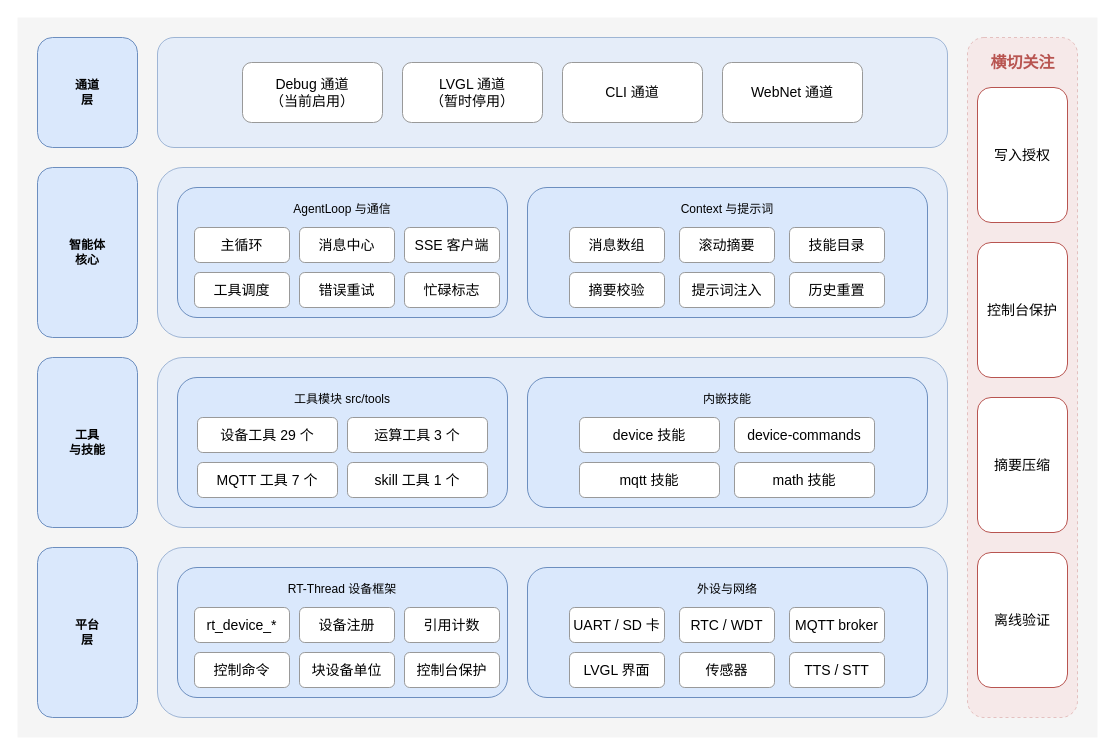
Earlier version of the draw.io diagram docs/diagrams/agent-architecture.drawio (CXSforHPU/Agent). Source tidied: cells renumbered, new cells numbered last; positions are measured from the earlier drawing's top-left corner, leaving out a move shared by most shapes. Both pictures are drawn from the tidied source at 100%, with x=0, y=0 at pixel (17, 17).
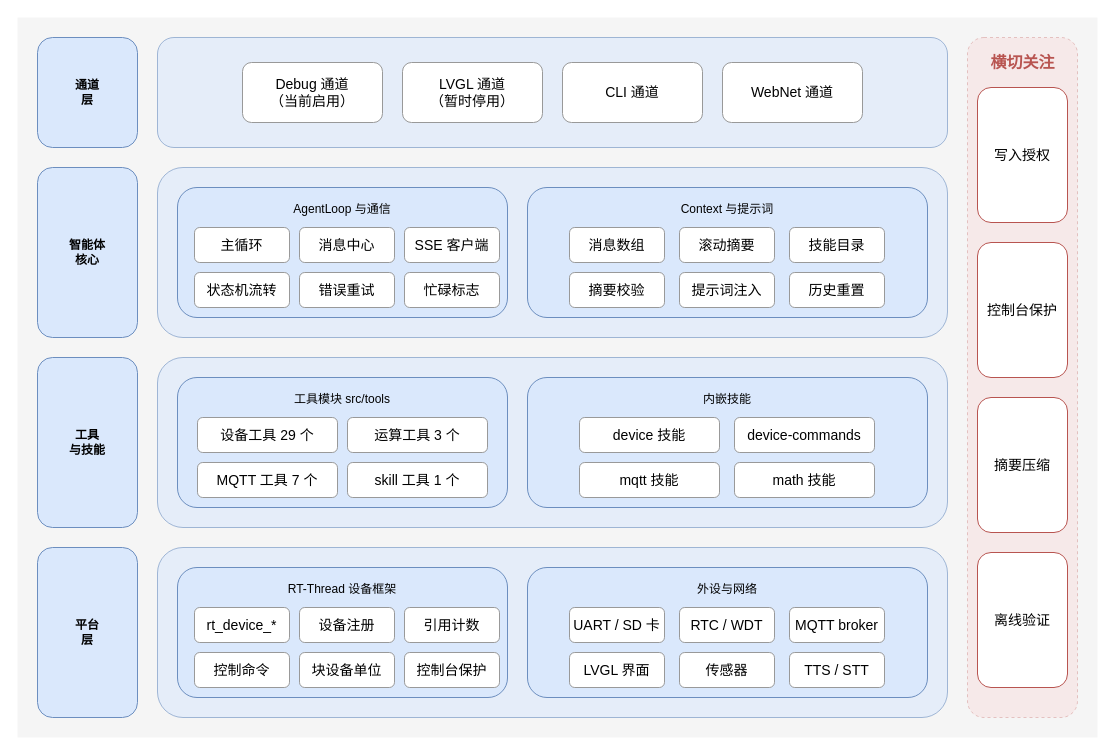
The same diagram, later.

The edit, as a diff of the source:
```diff
@@
-    <mxCell id="21" value="工具调度" style="rounded=1;whiteSpace=wrap;html=1;fillColor=#ffffff;strokeColor=#999999;fontSize=14;" parent="1" vertex="1">
+    <mxCell id="21" value="状态机流转" style="rounded=1;whiteSpace=wrap;html=1;fillColor=#ffffff;strokeColor=#999999;fontSize=14;" parent="1" vertex="1">
       <mxGeometry x="177" y="255" width="95" height="35" as="geometry" />
     </mxCell>
```
